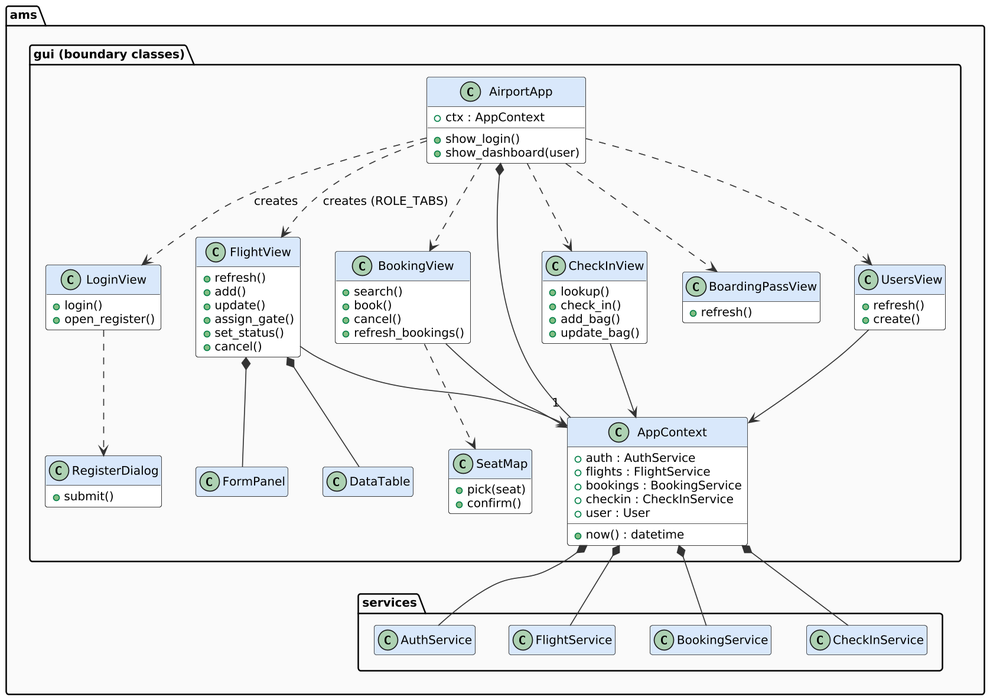
This is docs/uml/class_gui.png from praksingh-2702/AirportMS, a PlantUML export, as it was before one commit.
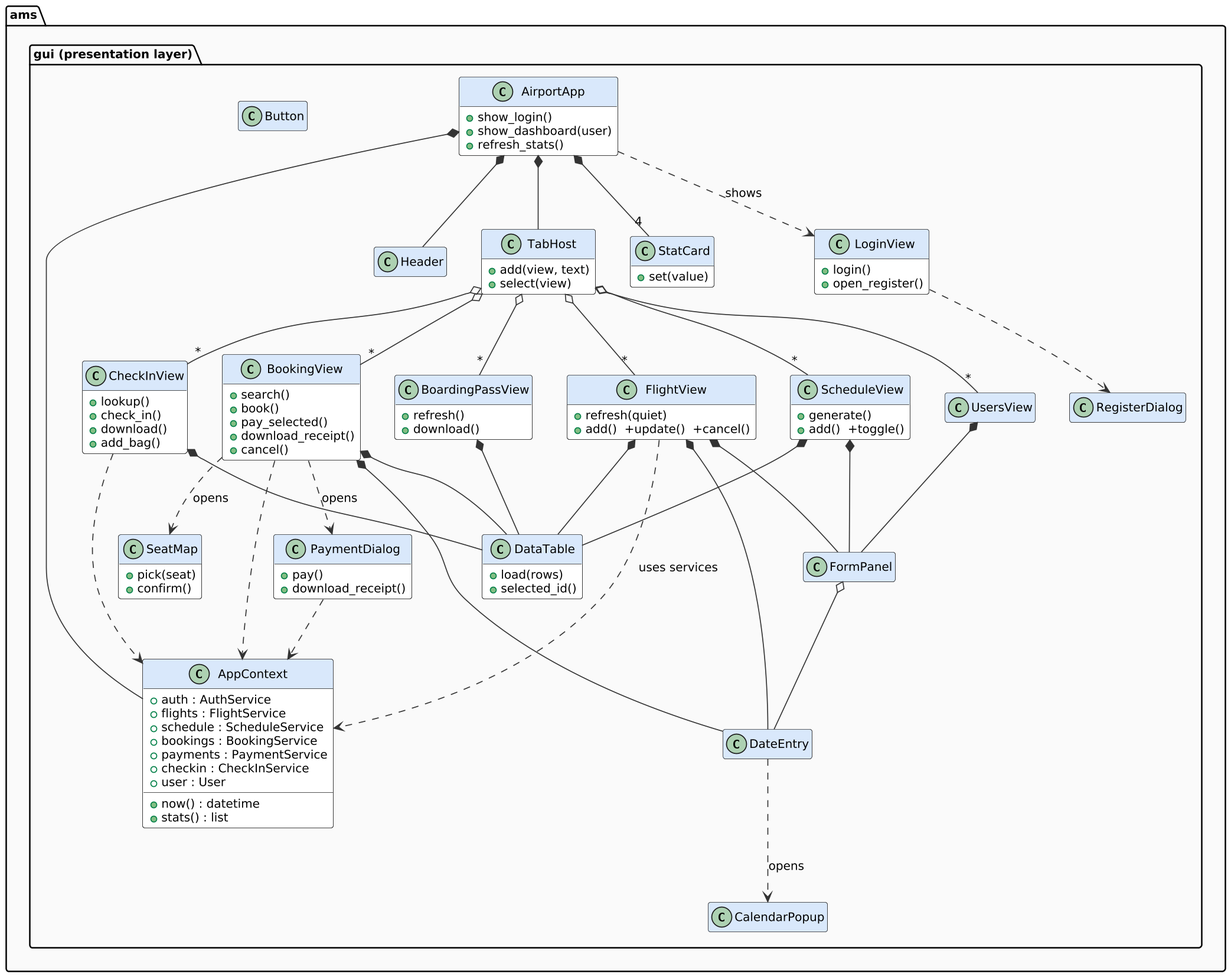
Above is the later version.

What changed in the source:
```diff
@@ -1,84 +1,107 @@
 @startuml
 !include _style.iuml
 hide empty members
-package "ams.gui (boundary classes)" {
+package "ams.gui (presentation layer)" {
   class AirportApp {
-    +ctx : AppContext
     +show_login()
     +show_dashboard(user)
+    +refresh_stats()
   }
   class AppContext {
     +auth : AuthService
     +flights : FlightService
+    +schedule : ScheduleService
     +bookings : BookingService
+    +payments : PaymentService
     +checkin : CheckInService
     +user : User
     +now() : datetime
+    +stats() : list
+  }
+  class Header
+  class TabHost {
+    +add(view, text)
+    +select(view)
+  }
+  class StatCard {
+    +set(value)
   }
   class LoginView {
     +login()
     +open_register()
   }
-  class RegisterDialog {
-    +submit()
+  class RegisterDialog
+  class FlightView {
+    +refresh(quiet)
+    +add()  +update()  +cancel()
   }
-  class FlightView {
-    +refresh()
-    +add()
-    +update()
-    +assign_gate()
-    +set_status()
-    +cancel()
+  class ScheduleView {
+    +generate()
+    +add()  +toggle()
   }
   class BookingView {
     +search()
     +book()
+    +pay_selected()
+    +download_receipt()
     +cancel()
-    +refresh_bookings()
   }
   class SeatMap {
     +pick(seat)
     +confirm()
   }
+  class PaymentDialog {
+    +pay()
+    +download_receipt()
+  }
   class CheckInView {
     +lookup()
     +check_in()
+    +download()
     +add_bag()
-    +update_bag()
   }
   class BoardingPassView {
     +refresh()
+    +download()
   }
-  class UsersView {
-    +refresh()
-    +create()
+  class UsersView
+  class DataTable {
+    +load(rows)
+    +selected_id()
   }
-  class DataTable
   class FormPanel
+  class DateEntry
+  class CalendarPopup
+  class Button
 }
-package "ams.services" {
-  class AuthService
-  class FlightService
-  class BookingService
-  class CheckInService
-}
-AirportApp *-- "1" AppContext
-AirportApp ..> LoginView : creates
-AirportApp ..> FlightView : creates (ROLE_TABS)
-AirportApp ..> BookingView
-AirportApp ..> CheckInView
-AirportApp ..> BoardingPassView
-AirportApp ..> UsersView
+AirportApp *-- AppContext
+AirportApp *-- Header
+AirportApp *-- TabHost
+AirportApp *-- "4" StatCard
+TabHost o-- "*" FlightView
+TabHost o-- "*" ScheduleView
+TabHost o-- "*" BookingView
+TabHost o-- "*" CheckInView
+TabHost o-- "*" BoardingPassView
+TabHost o-- "*" UsersView
+AirportApp ..> LoginView : shows
 LoginView ..> RegisterDialog
-BookingView ..> SeatMap
-FlightView --> AppContext
-BookingView --> AppContext
-CheckInView --> AppContext
-UsersView --> AppContext
+BookingView ..> SeatMap : opens
+BookingView ..> PaymentDialog : opens
 FlightView *-- DataTable
+BookingView *-- DataTable
+ScheduleView *-- DataTable
+CheckInView *-- DataTable
+BoardingPassView *-- DataTable
 FlightView *-- FormPanel
-AppContext *-- AuthService
-AppContext *-- FlightService
-AppContext *-- BookingService
-AppContext *-- CheckInService
+ScheduleView *-- FormPanel
+UsersView *-- FormPanel
+FormPanel o-- DateEntry
+FlightView *-- DateEntry
+BookingView *-- DateEntry
+DateEntry ..> CalendarPopup : opens
+FlightView ..> AppContext : uses services
+BookingView ..> AppContext
+CheckInView ..> AppContext
+PaymentDialog ..> AppContext
 @enduml
```
